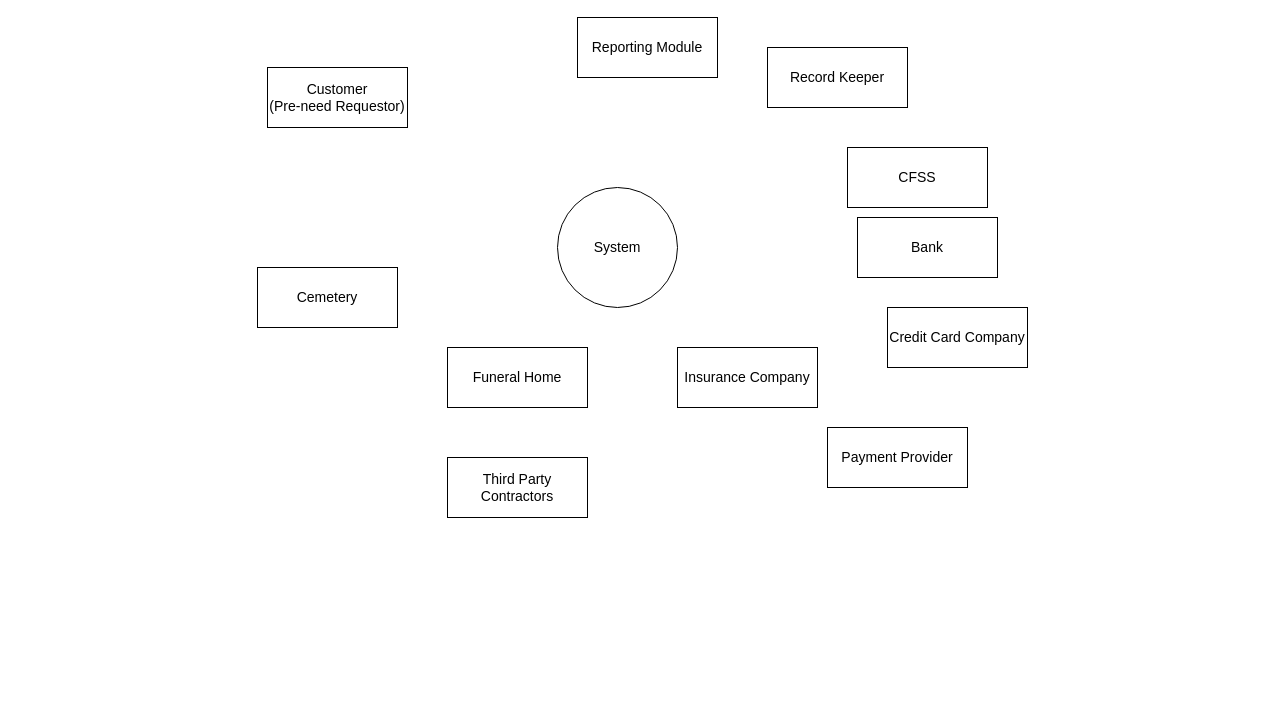
Before: page "DFD - 0" (5 of 7) of Untitled Diagram.drawio in Buddhika-Pathirathna/DiagramsRepo, a draw.io diagram. Source tidied: cells renumbered, new cells numbered last; positions are measured from the earlier drawing's top-left corner, leaving out a move shared by most shapes. Both pictures are drawn from the tidied source at 100%, with x=0, y=0 at pixel (257, 17).
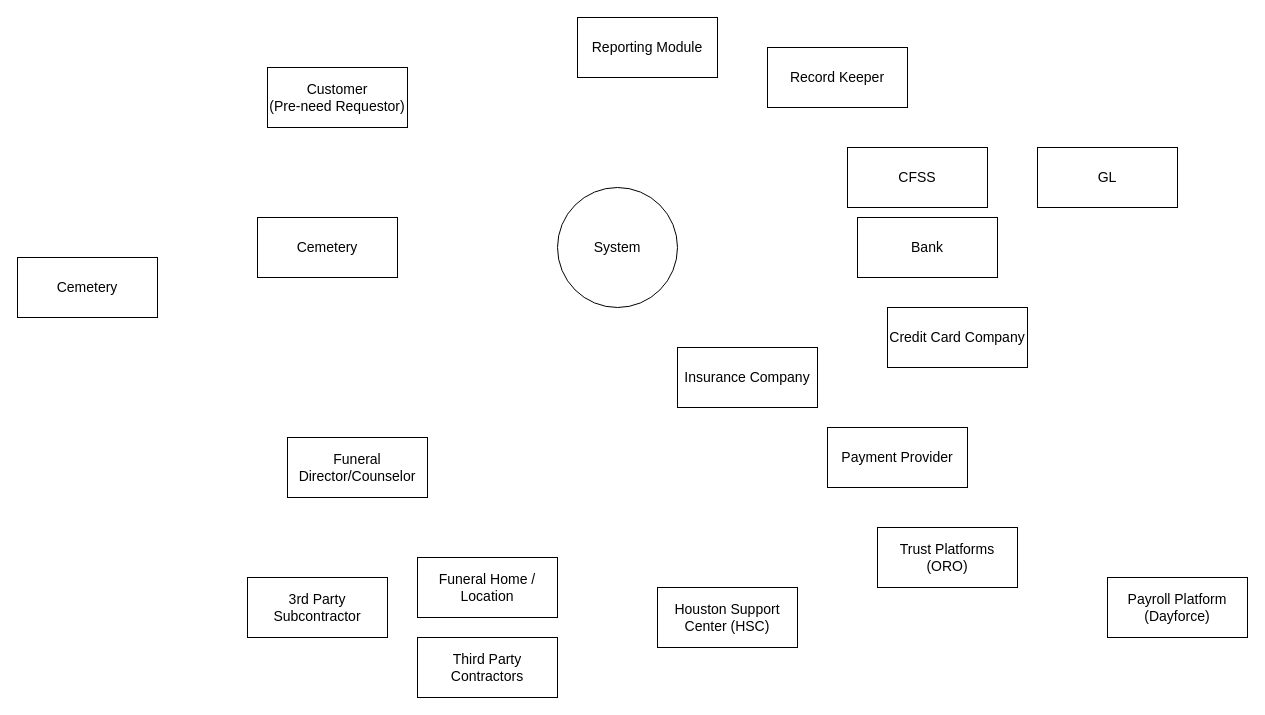
Above is the later version.

Diff of the diagram source:
```diff
@@
-    <mxCell id="4" value="&lt;font style=&quot;font-size: 14px;&quot;&gt;Funeral Home&lt;/font&gt;" style="rounded=0;whiteSpace=wrap;html=1;" parent="1" vertex="1">
-      <mxGeometry x="190" y="330" width="140" height="60" as="geometry" />
+    <mxCell id="4" value="&lt;font style=&quot;font-size: 14px;&quot;&gt;Funeral Home / Location&lt;/font&gt;" style="rounded=0;whiteSpace=wrap;html=1;" parent="1" vertex="1">
+      <mxGeometry x="160" y="540" width="140" height="60" as="geometry" />
     </mxCell>
     <mxCell id="5" value="&lt;font style=&quot;font-size: 14px;&quot;&gt;Cemetery&lt;/font&gt;" style="rounded=0;whiteSpace=wrap;html=1;" parent="1" vertex="1">
-      <mxGeometry y="250" width="140" height="60" as="geometry" />
+      <mxGeometry x="-240" y="240" width="140" height="60" as="geometry" />
     </mxCell>
@@
     <mxCell id="11" value="&lt;font style=&quot;font-size: 14px;&quot;&gt;Third Party Contractors&lt;/font&gt;" style="rounded=0;whiteSpace=wrap;html=1;" parent="1" vertex="1">
-      <mxGeometry x="190" y="440" width="140" height="60" as="geometry" />
+      <mxGeometry x="160" y="620" width="140" height="60" as="geometry" />
     </mxCell>
@@
+    <mxCell id="14" value="&lt;font style=&quot;font-size: 14px;&quot;&gt;Funeral Director/Counselor&lt;/font&gt;" style="rounded=0;whiteSpace=wrap;html=1;" parent="1" vertex="1">
+      <mxGeometry x="30" y="420" width="140" height="60" as="geometry" />
+    </mxCell>
+    <mxCell id="15" value="&lt;font style=&quot;font-size: 14px;&quot;&gt;Houston Support Center (HSC)&lt;/font&gt;" style="rounded=0;whiteSpace=wrap;html=1;" parent="1" vertex="1">
+      <mxGeometry x="400" y="570" width="140" height="60" as="geometry" />
+    </mxCell>
+    <mxCell id="16" value="&lt;font style=&quot;font-size: 14px;&quot;&gt;Trust Platforms (ORO)&lt;/font&gt;" style="rounded=0;whiteSpace=wrap;html=1;" parent="1" vertex="1">
+      <mxGeometry x="620" y="510" width="140" height="60" as="geometry" />
+    </mxCell>
+    <mxCell id="17" value="&lt;span style=&quot;font-size: 14px;&quot;&gt;GL&lt;/span&gt;" style="rounded=0;whiteSpace=wrap;html=1;" parent="1" vertex="1">
+      <mxGeometry x="780" y="130" width="140" height="60" as="geometry" />
+    </mxCell>
+    <mxCell id="18" value="&lt;font style=&quot;font-size: 14px;&quot;&gt;Payroll Platform (Dayforce)&lt;/font&gt;" style="rounded=0;whiteSpace=wrap;html=1;" parent="1" vertex="1">
+      <mxGeometry x="850" y="560" width="140" height="60" as="geometry" />
+    </mxCell>
+    <mxCell id="19" value="&lt;font style=&quot;font-size: 14px;&quot;&gt;3rd Party Subcontractor&lt;/font&gt;" style="rounded=0;whiteSpace=wrap;html=1;" parent="1" vertex="1">
+      <mxGeometry x="-10" y="560" width="140" height="60" as="geometry" />
+    </mxCell>
+    <mxCell id="20" value="&lt;font style=&quot;font-size: 14px;&quot;&gt;Cemetery&lt;/font&gt;" style="rounded=0;whiteSpace=wrap;html=1;" parent="1" vertex="1">
+      <mxGeometry y="200" width="140" height="60" as="geometry" />
+    </mxCell>
```
